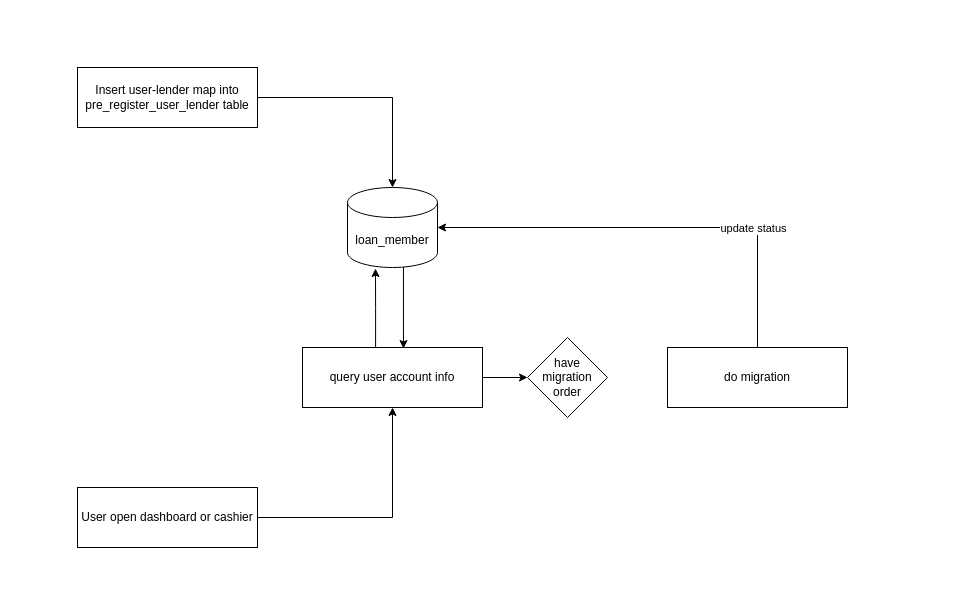
The draw.io diagram multi_lender_migration_sop.drawio in bonggalshn/dna_diagram, before the edit. Source tidied: cells renumbered, new cells numbered last; positions are measured from the earlier drawing's top-left corner, leaving out a move shared by most shapes. Both pictures are drawn from the tidied source at 100%, with x=0, y=0 at pixel (77, 67).
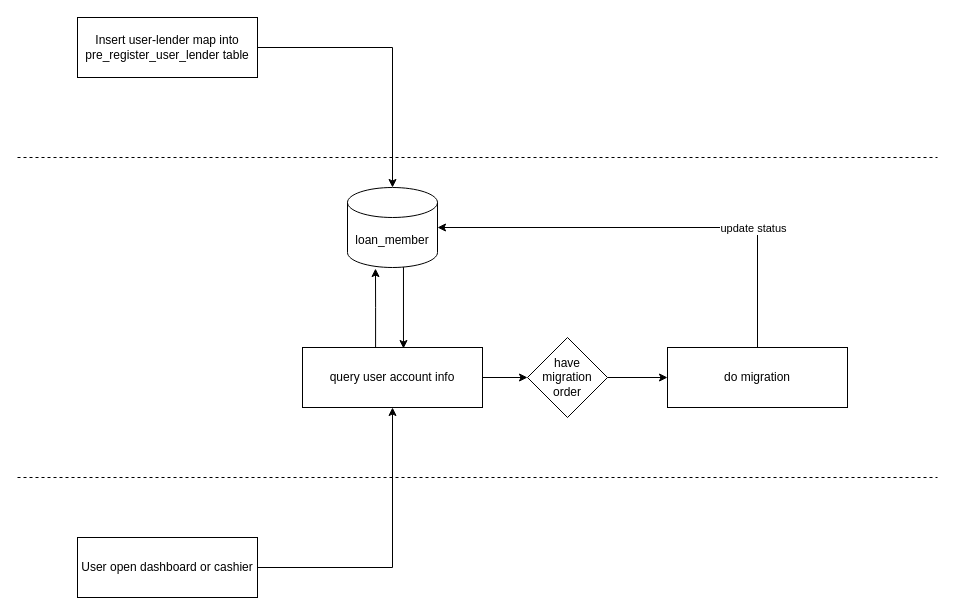
The same page after the edit.

Unchanged cells that the change refers to:
```xml
<mxCell id="13" value="do migration" style="rounded=0;whiteSpace=wrap;html=1;" parent="1" vertex="1">
  <mxGeometry x="590" y="280" width="180" height="60" as="geometry" />
</mxCell>
<mxCell id="14" value="have migration order" style="rhombus;whiteSpace=wrap;html=1;rounded=0;" parent="1" vertex="1">
  <mxGeometry x="450" y="270" width="80" height="80" as="geometry" />
</mxCell>
```

Diff of the diagram source:
```diff
@@
     <mxCell id="3" value="Insert user-lender map into pre_register_user_lender table" style="rounded=0;whiteSpace=wrap;html=1;" parent="1" vertex="1">
-      <mxGeometry width="180" height="60" as="geometry" />
+      <mxGeometry y="-50" width="180" height="60" as="geometry" />
     </mxCell>
@@
     <mxCell id="5" value="User open dashboard or cashier" style="rounded=0;whiteSpace=wrap;html=1;" parent="1" vertex="1">
-      <mxGeometry y="420" width="180" height="60" as="geometry" />
+      <mxGeometry y="470" width="180" height="60" as="geometry" />
     </mxCell>
@@
+    <mxCell id="15" style="edgeStyle=orthogonalEdgeStyle;rounded=0;jettySize=auto;html=1;entryX=0;entryY=0.5;entryDx=0;entryDy=0;" parent="1" edge="1" source="14" target="13">
+      <mxGeometry relative="1" as="geometry" />
+    </mxCell>
@@
+    <mxCell id="16" style="endArrow=none;dashed=1;html=1;rounded=0;" parent="1" edge="1">
+      <mxGeometry relative="1" as="geometry">
+        <mxPoint x="-60" y="90" as="sourcePoint" />
+        <mxPoint x="860" y="90" as="targetPoint" />
+      </mxGeometry>
+    </mxCell>
+    <mxCell id="17" style="endArrow=none;dashed=1;html=1;rounded=0;" parent="1" edge="1">
+      <mxGeometry relative="1" as="geometry">
+        <mxPoint x="-60" y="410" as="sourcePoint" />
+        <mxPoint x="860" y="410" as="targetPoint" />
+      </mxGeometry>
+    </mxCell>
```
